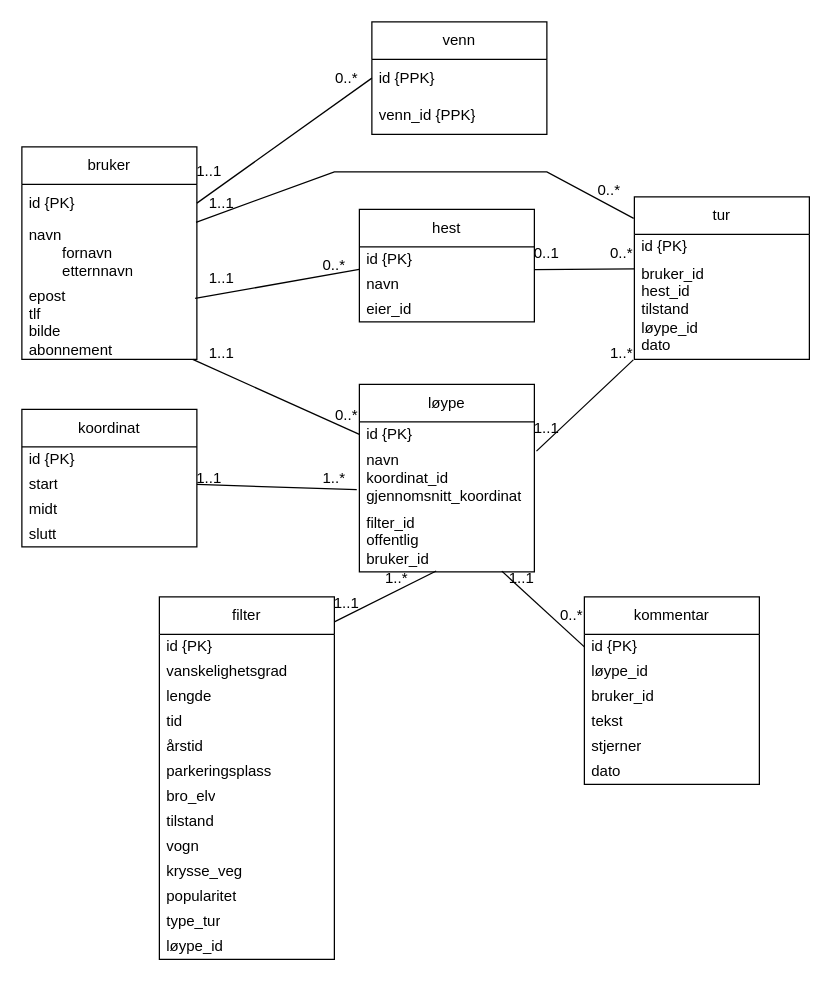
vildesk/HoplaDrawIO keeps this draw.io diagram as Untitled Diagram.drawio. Above is the earlier version. Source tidied: cells renumbered, new cells numbered last; positions are measured from the earlier drawing's top-left corner, leaving out a move shared by most shapes. Both pictures are drawn from the tidied source at 125%, with x=0, y=0 at pixel (21, 21).
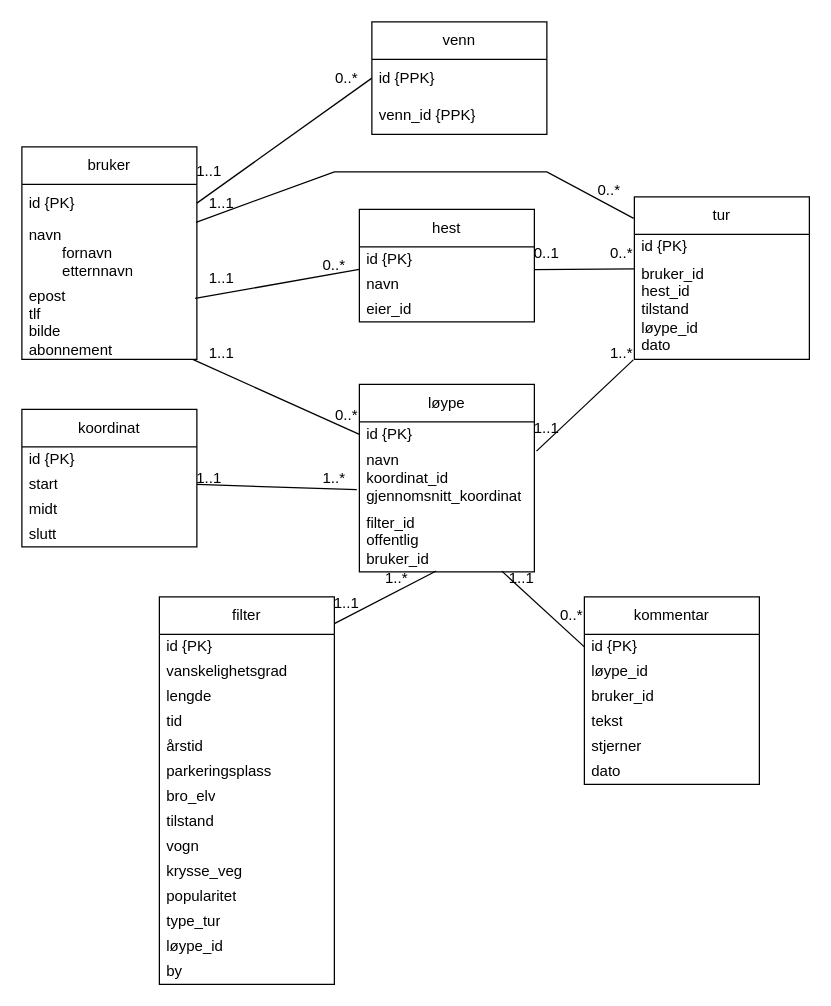
The same diagram, later.

What changed in the source:
```diff
@@
     <mxCell id="25" value="filter" style="swimlane;fontStyle=0;horizontal=1;startSize=30;whiteSpace=wrap;html=1;" parent="1" vertex="1">
-      <mxGeometry x="110" y="460" width="140" height="290" as="geometry" />
+      <mxGeometry x="110" y="460" width="140" height="310" as="geometry" />
     </mxCell>
@@
+    <mxCell id="73" value="by" style="text;strokeColor=none;fillColor=none;align=left;verticalAlign=middle;spacingLeft=4;spacingRight=4;overflow=hidden;whiteSpace=wrap;html=1;" parent="25" vertex="1">
+      <mxGeometry y="290" width="140" height="20" as="geometry" />
+    </mxCell>
```
